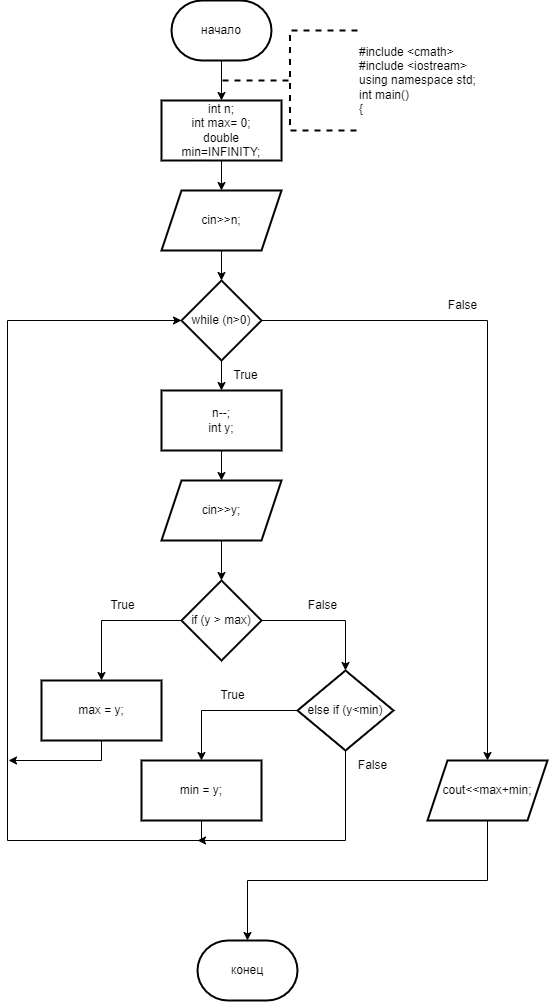
Above: 2_12.drawio.png in ksinph/PSTU_LABS_2023 (draw.io), before the change. Source tidied: cells renumbered, new cells last; positions are measured from the earlier drawing's top-left corner, leaving out a move shared by most shapes.
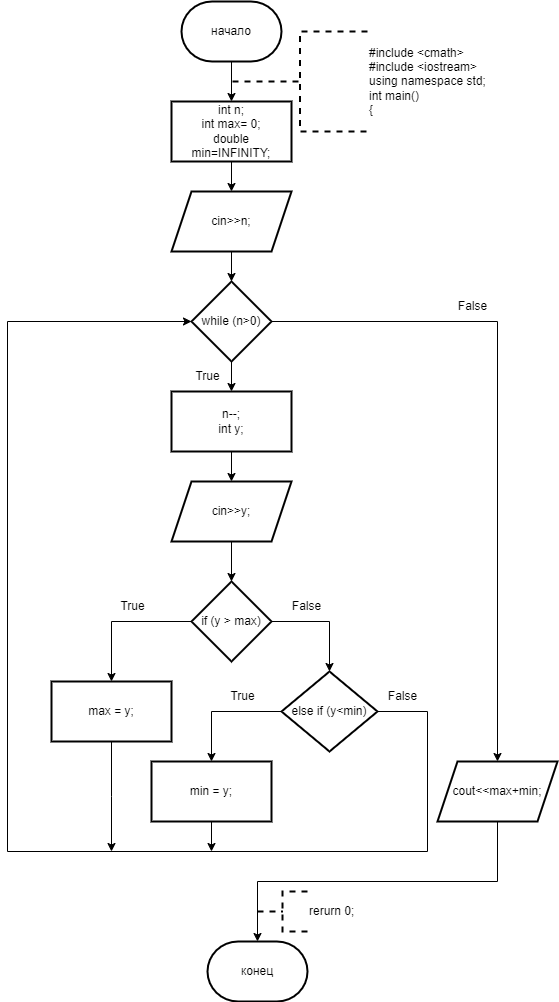
After the commit.

What changed in the source:
```diff
@@ -50,41 +50,35 @@
     <mxCell id="17" value="if (y &amp;gt; max)" style="rhombus;whiteSpace=wrap;html=1;strokeWidth=2;" parent="1" vertex="1">
       <mxGeometry x="174" y="580" width="80" height="80" as="geometry" />
     </mxCell>
-    <mxCell id="18" style="edgeStyle=orthogonalEdgeStyle;rounded=0;jettySize=auto;html=1;exitX=0.5;exitY=1;exitDx=0;exitDy=0;" parent="1" edge="1" source="19">
-      <mxGeometry relative="1" as="geometry">
-        <mxPoint y="760" as="targetPoint" />
-        <Array as="points">
-          <mxPoint x="94" y="760" />
-          <mxPoint x="1" y="760" />
-        </Array>
-      </mxGeometry>
-    </mxCell>
+    <mxCell id="35" style="edgeStyle=orthogonalEdgeStyle;rounded=0;jettySize=auto;html=1;exitX=0.5;exitY=1;exitDx=0;exitDy=0;" parent="1" edge="1" source="19">
+      <mxGeometry relative="1" as="geometry">
+        <mxPoint x="94" y="850" as="targetPoint" />
+      </mxGeometry>
+    </mxCell>
     <mxCell id="19" value="max = y;" style="whiteSpace=wrap;html=1;strokeWidth=2;" parent="1" vertex="1">
       <mxGeometry x="34" y="680" width="120" height="60" as="geometry" />
     </mxCell>
     <mxCell id="20" style="edgeStyle=orthogonalEdgeStyle;rounded=0;jettySize=auto;html=1;" parent="1" edge="1" source="22" target="24">
       <mxGeometry relative="1" as="geometry" />
     </mxCell>
-    <mxCell id="21" style="edgeStyle=orthogonalEdgeStyle;rounded=0;jettySize=auto;html=1;exitX=0.5;exitY=1;exitDx=0;exitDy=0;" parent="1" edge="1" source="22">
-      <mxGeometry relative="1" as="geometry">
-        <mxPoint x="190" y="840" as="targetPoint" />
-        <Array as="points">
-          <mxPoint x="338" y="840" />
-        </Array>
-      </mxGeometry>
-    </mxCell>
+    <mxCell id="36" style="edgeStyle=orthogonalEdgeStyle;rounded=0;jettySize=auto;html=1;exitX=1;exitY=0.5;exitDx=0;exitDy=0;entryX=0;entryY=0.5;entryDx=0;entryDy=0;" parent="1" edge="1" source="22" target="10">
+      <mxGeometry relative="1" as="geometry">
+        <Array as="points">
+          <mxPoint x="410" y="710" />
+          <mxPoint x="410" y="850" />
+          <mxPoint x="-10" y="850" />
+          <mxPoint x="-10" y="320" />
+        </Array>
+      </mxGeometry>
+    </mxCell>
     <mxCell id="22" value="else if (y&amp;lt;min)" style="rhombus;whiteSpace=wrap;html=1;strokeWidth=2;" parent="1" vertex="1">
-      <mxGeometry x="290" y="670" width="96" height="80" as="geometry" />
+      <mxGeometry x="264" y="670" width="96" height="80" as="geometry" />
     </mxCell>
-    <mxCell id="23" style="edgeStyle=orthogonalEdgeStyle;rounded=0;jettySize=auto;html=1;exitX=0.5;exitY=1;exitDx=0;exitDy=0;entryX=0;entryY=0.5;entryDx=0;entryDy=0;" parent="1" edge="1" source="24" target="10">
-      <mxGeometry relative="1" as="geometry">
-        <Array as="points">
-          <mxPoint x="194" y="840" />
-          <mxPoint y="840" />
-          <mxPoint y="320" />
-        </Array>
-      </mxGeometry>
-    </mxCell>
+    <mxCell id="37" style="edgeStyle=orthogonalEdgeStyle;rounded=0;jettySize=auto;html=1;exitX=0.5;exitY=1;exitDx=0;exitDy=0;" parent="1" edge="1" source="24">
+      <mxGeometry relative="1" as="geometry">
+        <mxPoint x="194" y="850" as="targetPoint" />
+      </mxGeometry>
+    </mxCell>
     <mxCell id="24" value="min = y;" style="whiteSpace=wrap;html=1;strokeWidth=2;" parent="1" vertex="1">
       <mxGeometry x="134" y="760" width="120" height="60" as="geometry" />
     </mxCell>
@@ -101,16 +95,16 @@
       <mxGeometry x="90" y="590" width="50" height="30" as="geometry" />
     </mxCell>
     <mxCell id="29" value="False" style="text;html=1;align=center;verticalAlign=middle;strokeColor=none;fillColor=none;" parent="1" vertex="1">
-      <mxGeometry x="290" y="590" width="50" height="30" as="geometry" />
+      <mxGeometry x="264" y="590" width="50" height="30" as="geometry" />
     </mxCell>
     <mxCell id="30" value="True" style="text;html=1;align=center;verticalAlign=middle;strokeColor=none;fillColor=none;" parent="1" vertex="1">
       <mxGeometry x="200" y="680" width="50" height="30" as="geometry" />
     </mxCell>
     <mxCell id="31" value="True" style="text;html=1;align=center;verticalAlign=middle;strokeColor=none;fillColor=none;" parent="1" vertex="1">
-      <mxGeometry x="213" y="360" width="50" height="30" as="geometry" />
+      <mxGeometry x="165" y="360" width="50" height="30" as="geometry" />
     </mxCell>
     <mxCell id="32" value="False" style="text;html=1;align=center;verticalAlign=middle;strokeColor=none;fillColor=none;" parent="1" vertex="1">
-      <mxGeometry x="340" y="750" width="50" height="30" as="geometry" />
+      <mxGeometry x="360" y="680" width="50" height="30" as="geometry" />
     </mxCell>
     <mxCell id="33" value="False" style="text;html=1;align=center;verticalAlign=middle;strokeColor=none;fillColor=none;" parent="1" vertex="1">
       <mxGeometry x="430" y="290" width="50" height="30" as="geometry" />
@@ -118,5 +112,8 @@
     <mxCell id="34" value="&lt;div&gt;#include &amp;lt;cmath&amp;gt;&lt;/div&gt;&lt;div&gt;#include &amp;lt;iostream&amp;gt;&lt;/div&gt;&lt;div&gt;using namespace std;&lt;/div&gt;&lt;div&gt;int main()&lt;/div&gt;&lt;div&gt;{&lt;/div&gt;" style="strokeWidth=2;html=1;shape=mxgraph.flowchart.annotation_2;align=left;labelPosition=right;dashed=1;" parent="1" vertex="1">
       <mxGeometry x="215" y="30" width="135" height="100" as="geometry" />
     </mxCell>
+    <mxCell id="38" value="rerurn 0;" style="strokeWidth=2;html=1;shape=mxgraph.flowchart.annotation_2;align=left;labelPosition=right;dashed=1;" parent="1" vertex="1">
+      <mxGeometry x="240" y="890" width="50" height="40" as="geometry" />
+    </mxCell>
   </root>
 </mxGraphModel>
```
